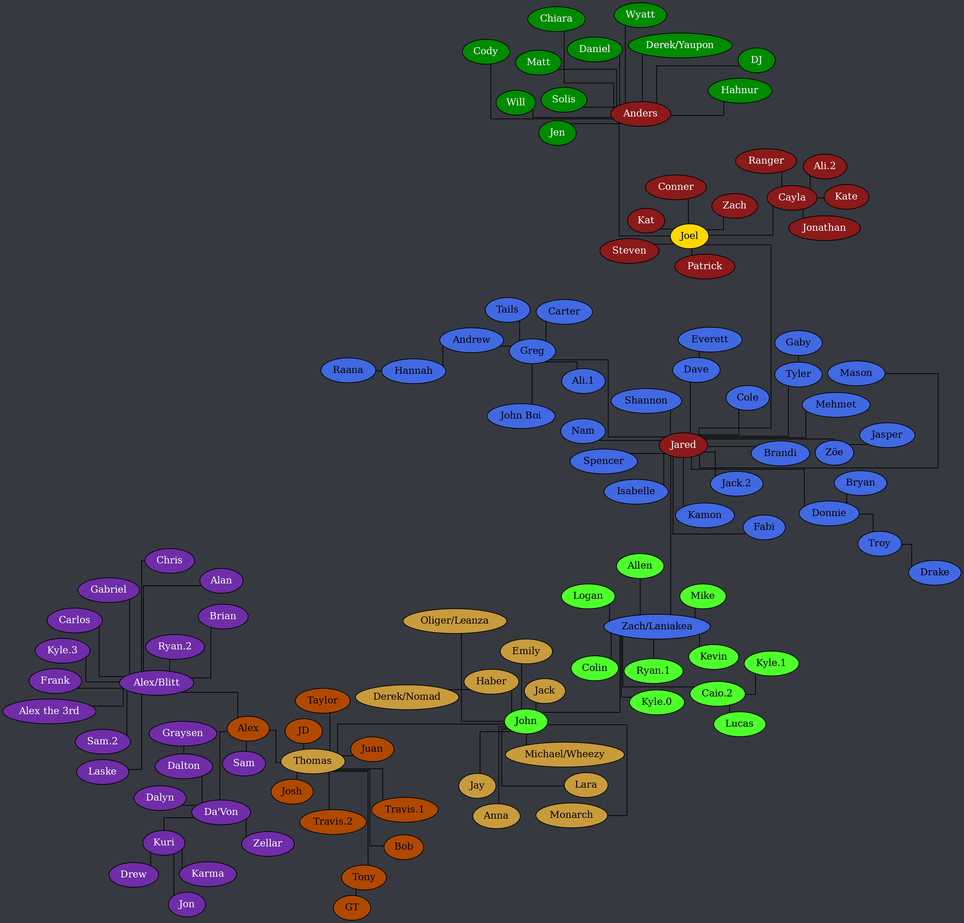
Documidas/CoronaCatzFamilyTree keeps this Graphviz diagram as tree.png. Above is the earlier version. Its source is kept beside it as tree.dot.
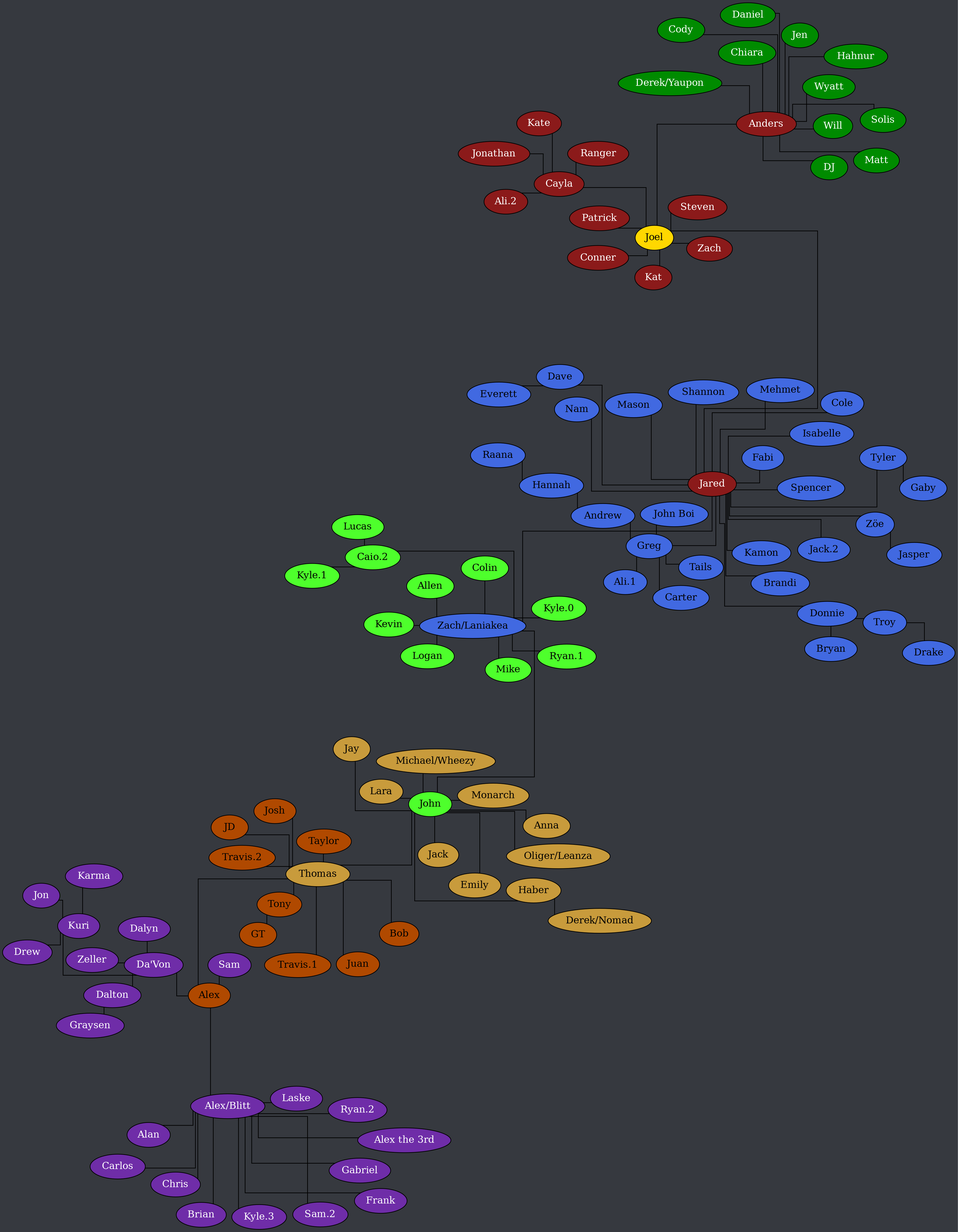
The same diagram one commit later.

Commit message:
Rename Zellar to Zeller

Change to the diagram source:
```diff
@@ -152,7 +152,7 @@
 		"Da'Von" -- Dalton;
 		"Da'Von" -- Dalyn;
 		"Da'Von" -- Kuri;
-		"Da'Von" -- Zellar;
+		"Da'Von" -- Zeller;
 		Dalton -- Graysen;
 		Kuri -- Drew;
 		Kuri -- Jon;
```
